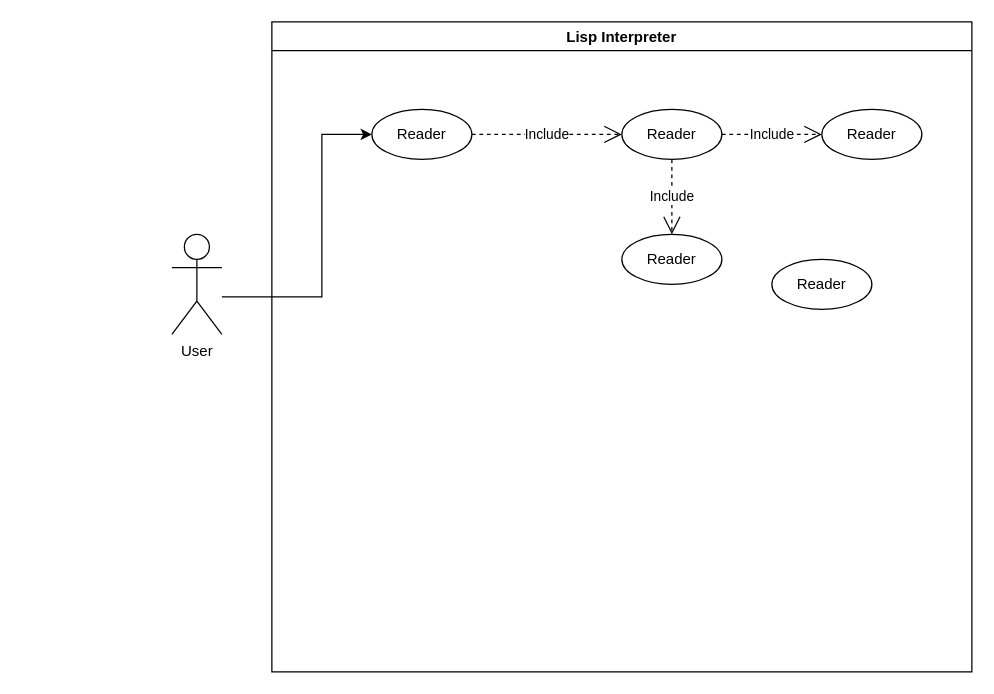
Above: Proyecto1/Fases/Fase2/Use Case.drawio in DiggsPapu/Proyect1_Lisp_Interpreter (draw.io), before the change. Source tidied: cells renumbered, new cells numbered last; positions are measured from the earlier drawing's top-left corner, leaving out a move shared by most shapes. Both pictures are drawn from the tidied source at 125%, with x=0, y=0 at pixel (171, 21).
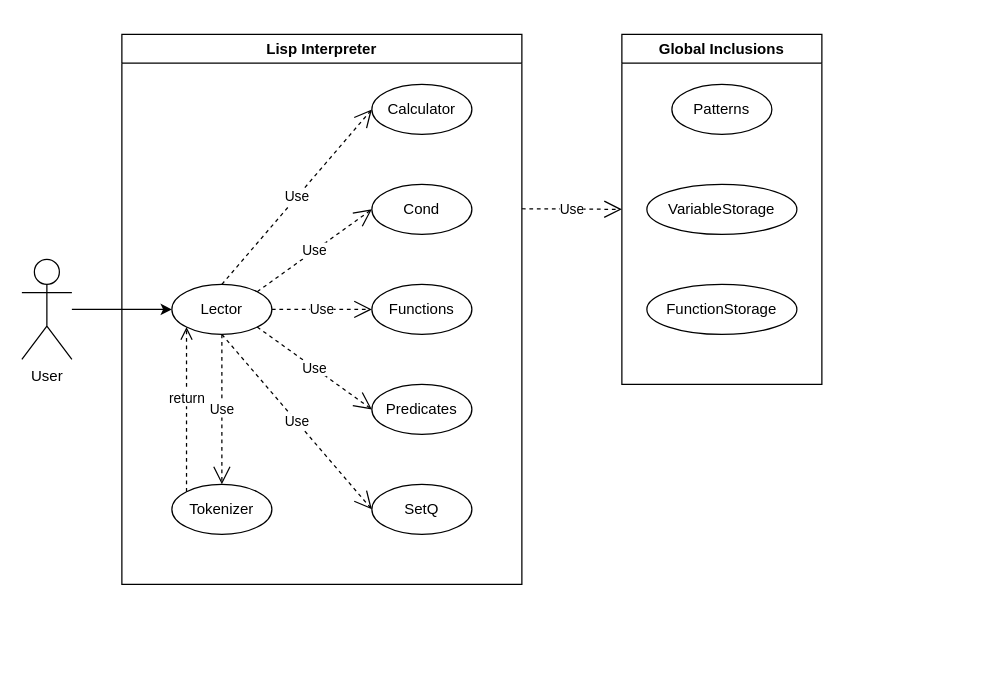
The same page after the edit.

Diff of the diagram source:
```diff
@@
     <mxCell id="2" style="edgeStyle=orthogonalEdgeStyle;rounded=0;jettySize=auto;html=1;entryX=0;entryY=0.5;entryDx=0;entryDy=0;" parent="1" edge="1" source="3" target="5">
-      <mxGeometry relative="1" as="geometry">
-        <Array as="points">
-          <mxPoint x="120" y="220" />
-          <mxPoint x="120" y="90" />
-        </Array>
-      </mxGeometry>
+      <mxGeometry relative="1" as="geometry" />
     </mxCell>
     <mxCell id="3" value="User" style="shape=umlActor;verticalLabelPosition=bottom;verticalAlign=top;html=1;outlineConnect=0;" parent="1" vertex="1">
-      <mxGeometry y="170" width="40" height="80" as="geometry" />
+      <mxGeometry x="-120" y="190" width="40" height="80" as="geometry" />
     </mxCell>
     <mxCell id="4" value="Lisp Interpreter" style="swimlane;" parent="1" vertex="1">
-      <mxGeometry x="80" width="560" height="520" as="geometry" />
+      <mxGeometry x="-40" y="10" width="320" height="440" as="geometry" />
     </mxCell>
-    <mxCell id="5" value="Reader" style="ellipse;whiteSpace=wrap;html=1;" parent="4" vertex="1">
-      <mxGeometry x="80" y="70" width="80" height="40" as="geometry" />
+    <mxCell id="5" value="Lector" style="ellipse;whiteSpace=wrap;html=1;" parent="4" vertex="1">
+      <mxGeometry x="40" y="200" width="80" height="40" as="geometry" />
     </mxCell>
-    <mxCell id="6" value="Reader" style="ellipse;whiteSpace=wrap;html=1;" parent="4" vertex="1">
-      <mxGeometry x="280" y="70" width="80" height="40" as="geometry" />
+    <mxCell id="6" value="Calculator" style="ellipse;whiteSpace=wrap;html=1;" parent="4" vertex="1">
+      <mxGeometry x="200" y="40" width="80" height="40" as="geometry" />
     </mxCell>
+    <mxCell id="9" value="Cond" style="ellipse;whiteSpace=wrap;html=1;" parent="4" vertex="1">
+      <mxGeometry x="200" y="120" width="80" height="40" as="geometry" />
+    </mxCell>
+    <mxCell id="13" value="Functions" style="ellipse;whiteSpace=wrap;html=1;" parent="4" vertex="1">
+      <mxGeometry x="200" y="200" width="80" height="40" as="geometry" />
+    </mxCell>
+    <mxCell id="14" value="Predicates" style="ellipse;whiteSpace=wrap;html=1;" parent="4" vertex="1">
+      <mxGeometry x="200" y="280" width="80" height="40" as="geometry" />
+    </mxCell>
+    <mxCell id="15" value="SetQ" style="ellipse;whiteSpace=wrap;html=1;" parent="4" vertex="1">
+      <mxGeometry x="200" y="360" width="80" height="40" as="geometry" />
+    </mxCell>
+    <mxCell id="16" value="Tokenizer" style="ellipse;whiteSpace=wrap;html=1;" parent="4" vertex="1">
+      <mxGeometry x="40" y="360" width="80" height="40" as="geometry" />
+    </mxCell>
+    <mxCell id="17" value="Use" style="endArrow=open;endSize=12;dashed=1;html=1;rounded=0;exitX=0.5;exitY=1;exitDx=0;exitDy=0;entryX=0.5;entryY=0;entryDx=0;entryDy=0;" parent="4" edge="1" source="5" target="16">
+      <mxGeometry relative="1" as="geometry" />
+    </mxCell>
+    <mxCell id="18" value="return" style="html=1;verticalAlign=bottom;endArrow=open;dashed=1;endSize=8;rounded=0;exitX=0;exitY=0;exitDx=0;exitDy=0;entryX=0;entryY=1;entryDx=0;entryDy=0;" parent="4" edge="1" source="16" target="5">
+      <mxGeometry relative="1" as="geometry" />
+    </mxCell>
+    <mxCell id="19" value="Use" style="endArrow=open;endSize=12;dashed=1;html=1;rounded=0;exitX=0.5;exitY=1;exitDx=0;exitDy=0;entryX=0;entryY=0.5;entryDx=0;entryDy=0;" parent="4" edge="1" source="5" target="15">
+      <mxGeometry relative="1" as="geometry" />
+    </mxCell>
+    <mxCell id="20" value="Use" style="endArrow=open;endSize=12;dashed=1;html=1;rounded=0;exitX=1;exitY=1;exitDx=0;exitDy=0;entryX=0;entryY=0.5;entryDx=0;entryDy=0;" parent="4" edge="1" source="5" target="14">
+      <mxGeometry relative="1" as="geometry" />
+    </mxCell>
+    <mxCell id="21" value="Use" style="endArrow=open;endSize=12;dashed=1;html=1;rounded=0;exitX=1;exitY=0.5;exitDx=0;exitDy=0;entryX=0;entryY=0.5;entryDx=0;entryDy=0;" parent="4" edge="1" source="5" target="13">
+      <mxGeometry relative="1" as="geometry" />
+    </mxCell>
+    <mxCell id="22" value="Use" style="endArrow=open;endSize=12;dashed=1;html=1;rounded=0;exitX=1;exitY=0;exitDx=0;exitDy=0;entryX=0;entryY=0.5;entryDx=0;entryDy=0;" parent="4" edge="1" source="5" target="9">
+      <mxGeometry relative="1" as="geometry" />
+    </mxCell>
-    <mxCell id="7" value="Include" style="endArrow=open;endSize=12;dashed=1;html=1;rounded=0;exitX=1;exitY=0.5;exitDx=0;exitDy=0;entryX=0;entryY=0.5;entryDx=0;entryDy=0;" parent="4" edge="1" source="5" target="6">
+    <mxCell id="7" value="Use" style="endArrow=open;endSize=12;dashed=1;html=1;rounded=0;exitX=0.5;exitY=0;exitDx=0;exitDy=0;entryX=0;entryY=0.5;entryDx=0;entryDy=0;" parent="4" edge="1" source="5" target="6">
       <mxGeometry relative="1" as="geometry" />
     </mxCell>
+    <mxCell id="23" value="Global Inclusions" style="swimlane;" parent="1" vertex="1">
+      <mxGeometry x="360" y="10" width="160" height="280" as="geometry" />
+    </mxCell>
-    <mxCell id="8" value="Reader" style="ellipse;whiteSpace=wrap;html=1;" parent="4" vertex="1">
-      <mxGeometry x="280" y="170" width="80" height="40" as="geometry" />
+    <mxCell id="8" value="Patterns" style="ellipse;whiteSpace=wrap;html=1;" parent="23" vertex="1">
+      <mxGeometry x="40" y="40" width="80" height="40" as="geometry" />
     </mxCell>
-    <mxCell id="9" value="Reader" style="ellipse;whiteSpace=wrap;html=1;" parent="4" vertex="1">
-      <mxGeometry x="440" y="70" width="80" height="40" as="geometry" />
-    </mxCell>
-    <mxCell id="10" value="Reader" style="ellipse;whiteSpace=wrap;html=1;" parent="4" vertex="1">
-      <mxGeometry x="400" y="190" width="80" height="40" as="geometry" />
+    <mxCell id="10" value="VariableStorage" style="ellipse;whiteSpace=wrap;html=1;" parent="23" vertex="1">
+      <mxGeometry x="20" y="120" width="120" height="40" as="geometry" />
     </mxCell>
-    <mxCell id="11" value="Include" style="endArrow=open;endSize=12;dashed=1;html=1;rounded=0;exitX=0.5;exitY=1;exitDx=0;exitDy=0;entryX=0.5;entryY=0;entryDx=0;entryDy=0;" parent="4" edge="1" source="6" target="8">
-      <mxGeometry relative="1" as="geometry" />
-    </mxCell>
-    <mxCell id="12" value="Include" style="endArrow=open;endSize=12;dashed=1;html=1;rounded=0;exitX=1;exitY=0.5;exitDx=0;exitDy=0;entryX=0;entryY=0.5;entryDx=0;entryDy=0;" parent="4" edge="1" source="6" target="9">
-      <mxGeometry relative="1" as="geometry" />
-    </mxCell>
+    <mxCell id="24" value="FunctionStorage" style="ellipse;whiteSpace=wrap;html=1;" parent="23" vertex="1">
+      <mxGeometry x="20" y="200" width="120" height="40" as="geometry" />
+    </mxCell>
+    <mxCell id="25" value="Use" style="endArrow=open;endSize=12;dashed=1;html=1;rounded=0;" parent="1" edge="1">
+      <mxGeometry relative="1" as="geometry">
+        <mxPoint x="280" y="149.5" as="sourcePoint" />
+        <mxPoint x="360" y="150" as="targetPoint" />
+      </mxGeometry>
+    </mxCell>
```
